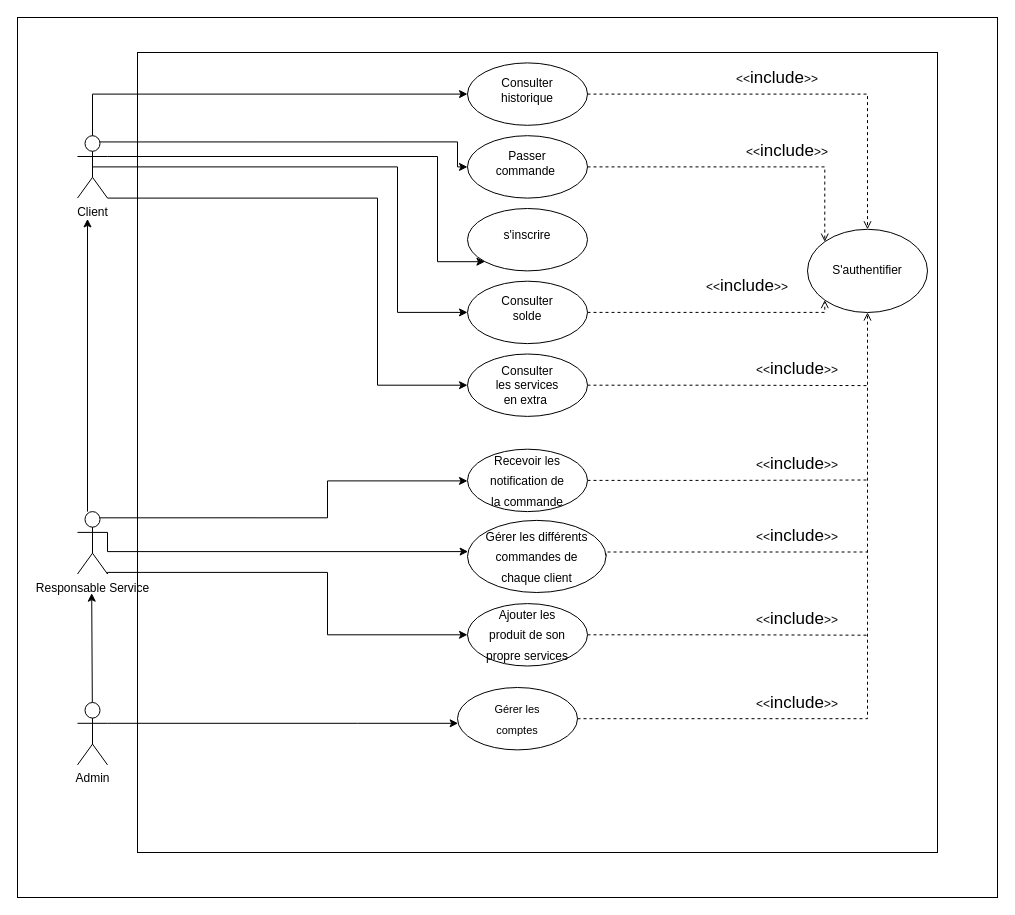
Above: Diagramme sans nom.drawio in labidimahdi/diagrams (draw.io), before the change. Source tidied: cells renumbered, new cells numbered last; positions are measured from the earlier drawing's top-left corner, leaving out a move shared by most shapes. Both pictures are drawn from the tidied source at 100%, with x=0, y=0 at pixel (17, 17).
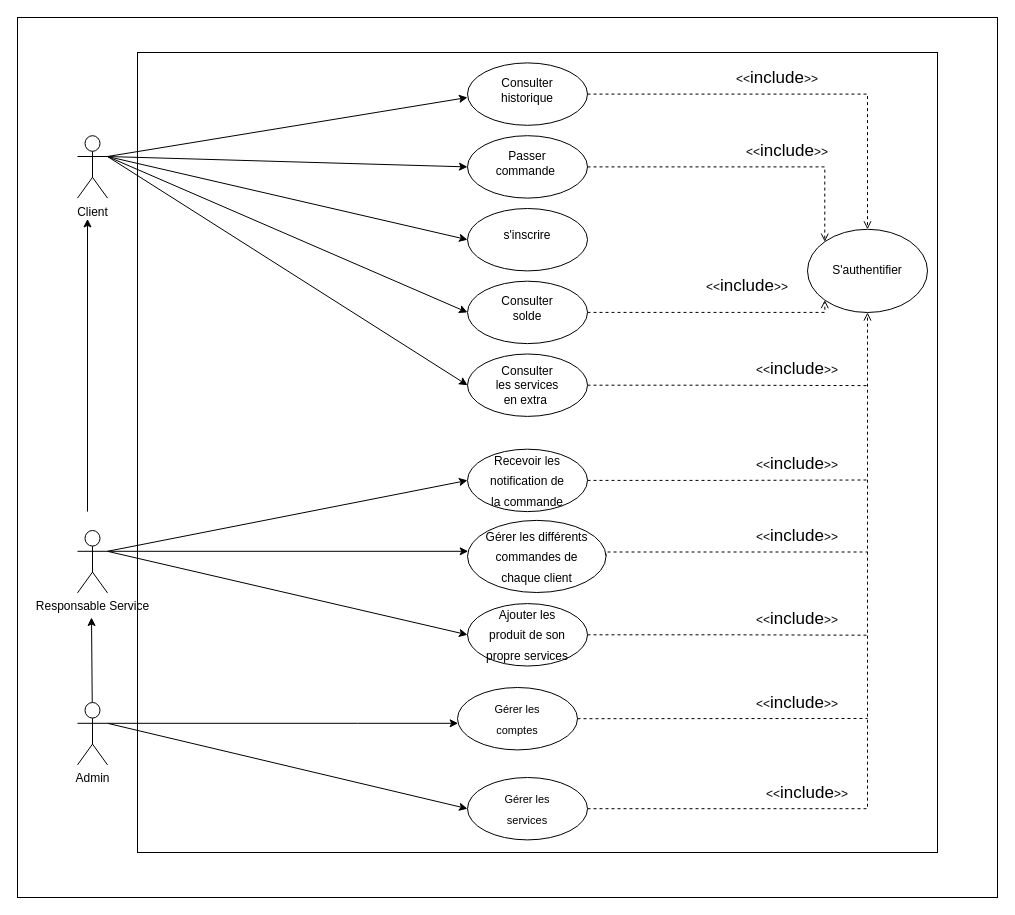
Above is the later version.

Commit message:
Mettre à jour Diagramme sans nom.drawio

The change refers to these unchanged cells:
```xml
<mxCell id="5" value="Client" style="shape=umlActor;verticalLabelPosition=bottom;verticalAlign=top;html=1;outlineConnect=0;labelBorderColor=none;" parent="1" vertex="1">
  <mxGeometry x="60" y="118.2" width="30" height="62.4" as="geometry" />
</mxCell>
<mxCell id="8" style="ellipse;whiteSpace=wrap;html=1;" parent="7" vertex="1">
  <mxGeometry width="120" height="83.2" as="geometry" />
</mxCell>
<mxCell id="12" style="ellipse;whiteSpace=wrap;html=1;" parent="11" vertex="1">
  <mxGeometry width="120" height="62.4" as="geometry" />
</mxCell>
<mxCell id="18" style="ellipse;whiteSpace=wrap;html=1;" parent="17" vertex="1">
  <mxGeometry width="120" height="62.4" as="geometry" />
</mxCell>
<mxCell id="24" style="ellipse;whiteSpace=wrap;html=1;" parent="23" vertex="1">
  <mxGeometry width="120" height="62.4" as="geometry" />
</mxCell>
<mxCell id="30" style="ellipse;whiteSpace=wrap;html=1;" parent="29" vertex="1">
  <mxGeometry width="120" height="62.4" as="geometry" />
</mxCell>
<mxCell id="36" style="ellipse;whiteSpace=wrap;html=1;" parent="34" vertex="1">
  <mxGeometry width="120" height="62.4" as="geometry" />
</mxCell>
<mxCell id="55" style="ellipse;whiteSpace=wrap;html=1;" parent="54" vertex="1">
  <mxGeometry width="120" height="62.4" as="geometry" />
</mxCell>
<mxCell id="63" style="ellipse;whiteSpace=wrap;html=1;" parent="62" vertex="1">
  <mxGeometry width="120" height="62.4" as="geometry" />
</mxCell>
<mxCell id="69" style="group;" parent="1" vertex="1">
  <mxGeometry x="440" y="670" width="120" height="62.4" as="geometry" />
</mxCell>
<mxCell id="70" style="ellipse;whiteSpace=wrap;html=1;" parent="69" vertex="1">
  <mxGeometry width="120" height="62.4" as="geometry" />
</mxCell>
<mxCell id="71" style="group;" parent="69" vertex="1">
  <mxGeometry width="120" height="62.4" as="geometry" />
</mxCell>
<mxCell id="73" value="Admin" style="shape=umlActor;verticalLabelPosition=bottom;verticalAlign=top;html=1;outlineConnect=0;fontSize=12;" parent="1" vertex="1">
  <mxGeometry x="60" y="685" width="30" height="62.4" as="geometry" />
</mxCell>
```

Change to the diagram source:
```diff
@@
-    <mxCell id="4" style="edgeStyle=orthogonalEdgeStyle;rounded=0;jettySize=auto;html=1;exitX=0.5;exitY=0.5;exitDx=0;exitDy=0;exitPerimeter=0;fontSize=12;" parent="1" edge="1" source="5">
-      <mxGeometry relative="1" as="geometry">
-        <mxPoint x="450" y="294.9" as="targetPoint" />
-        <Array as="points">
-          <mxPoint x="380" y="149.4" />
-          <mxPoint x="380" y="294.9" />
-        </Array>
-      </mxGeometry>
-    </mxCell>
+    <mxCell id="74" style="edgeStyle=none;rounded=0;jettySize=auto;html=1;exitX=1;exitY=0.3333333333333333;exitDx=0;exitDy=0;exitPerimeter=0;" parent="1" edge="1" source="5">
+      <mxGeometry relative="1" as="geometry">
+        <mxPoint x="450" y="80" as="targetPoint" />
+      </mxGeometry>
+    </mxCell>
+    <mxCell id="20" style="edgeStyle=none;rounded=0;jettySize=auto;html=1;exitX=1;exitY=0.3333333333333333;exitDx=0;exitDy=0;exitPerimeter=0;entryX=0;entryY=0.5;entryDx=0;entryDy=0;" parent="1" edge="1" source="5" target="18">
+      <mxGeometry relative="1" as="geometry" />
+    </mxCell>
+    <mxCell id="26" style="edgeStyle=none;rounded=0;jettySize=auto;html=1;exitX=1;exitY=0.3333333333333333;exitDx=0;exitDy=0;exitPerimeter=0;entryX=0;entryY=0.5;entryDx=0;entryDy=0;" parent="1" edge="1" source="5" target="24">
+      <mxGeometry relative="1" as="geometry" />
+    </mxCell>
+    <mxCell id="75" style="edgeStyle=none;rounded=0;jettySize=auto;html=1;exitX=1;exitY=0.3333333333333333;exitDx=0;exitDy=0;exitPerimeter=0;entryX=0;entryY=0.5;entryDx=0;entryDy=0;" parent="1" edge="1" source="5" target="30">
+      <mxGeometry relative="1" as="geometry" />
+    </mxCell>
+    <mxCell id="42" style="edgeStyle=none;rounded=0;jettySize=auto;html=1;exitX=1;exitY=0.3333333333333333;exitDx=0;exitDy=0;exitPerimeter=0;entryX=0;entryY=0.5;entryDx=0;entryDy=0;" parent="1" edge="1" source="5" target="36">
+      <mxGeometry relative="1" as="geometry" />
+    </mxCell>
@@
+    <mxCell id="57" style="edgeStyle=none;rounded=0;jettySize=auto;html=1;exitX=1;exitY=0.3333333333333333;exitDx=0;exitDy=0;exitPerimeter=0;entryX=0;entryY=0.5;entryDx=0;entryDy=0;" parent="1" edge="1" source="6" target="55">
+      <mxGeometry relative="1" as="geometry" />
+    </mxCell>
+    <mxCell id="65" style="edgeStyle=none;rounded=0;jettySize=auto;html=1;exitX=1;exitY=0.3333333333333333;exitDx=0;exitDy=0;exitPerimeter=0;entryX=0;entryY=0.5;entryDx=0;entryDy=0;" parent="1" edge="1" source="6" target="63">
+      <mxGeometry relative="1" as="geometry" />
+    </mxCell>
     <mxCell id="6" value="Responsable Service" style="shape=umlActor;verticalLabelPosition=bottom;verticalAlign=top;html=1;outlineConnect=0;" parent="1" vertex="1">
-      <mxGeometry x="60" y="494.1" width="30" height="62.4" as="geometry" />
+      <mxGeometry x="60" y="513" width="30" height="62.4" as="geometry" />
     </mxCell>
@@
-    <mxCell id="14" style="edgeStyle=orthogonalEdgeStyle;rounded=0;jettySize=auto;html=1;exitX=0.5;exitY=0;exitDx=0;exitDy=0;exitPerimeter=0;fontSize=12;" parent="1" edge="1" source="5" target="12">
-      <mxGeometry relative="1" as="geometry">
-        <Array as="points">
-          <mxPoint x="75" y="76.6" />
-        </Array>
-      </mxGeometry>
-    </mxCell>
@@
-    <mxCell id="20" style="edgeStyle=orthogonalEdgeStyle;rounded=0;jettySize=auto;html=1;exitX=0.75;exitY=0.1;exitDx=0;exitDy=0;exitPerimeter=0;entryX=0;entryY=0.5;entryDx=0;entryDy=0;fontSize=12;" parent="1" edge="1" source="5" target="18">
-      <mxGeometry relative="1" as="geometry">
-        <Array as="points">
-          <mxPoint x="440" y="124.4" />
-          <mxPoint x="440" y="149.4" />
-        </Array>
-      </mxGeometry>
-    </mxCell>
@@
-    <mxCell id="26" style="edgeStyle=orthogonalEdgeStyle;rounded=0;jettySize=auto;html=1;exitX=1;exitY=0.3333333333333333;exitDx=0;exitDy=0;exitPerimeter=0;entryX=0;entryY=1;entryDx=0;entryDy=0;fontSize=12;" parent="1" edge="1" source="5" target="24">
-      <mxGeometry relative="1" as="geometry">
-        <Array as="points">
-          <mxPoint x="420" y="139" />
-          <mxPoint x="420" y="244" />
-        </Array>
-      </mxGeometry>
-    </mxCell>
@@
-    <mxCell id="41" style="edgeStyle=orthogonalEdgeStyle;rounded=0;jettySize=auto;html=1;exitX=1;exitY=0.5;exitDx=0;exitDy=0;entryX=0.5;entryY=1;entryDx=0;entryDy=0;fontSize=12;dashed=1;endArrow=open;endFill=0;" parent="1" edge="1" source="70" target="8">
+    <mxCell id="41" style="edgeStyle=orthogonalEdgeStyle;rounded=0;jettySize=auto;html=1;exitX=1;exitY=0.5;exitDx=0;exitDy=0;entryX=0.5;entryY=1;entryDx=0;entryDy=0;fontSize=12;dashed=1;endArrow=open;endFill=0;" parent="1" edge="1" source="78" target="8">
       <mxGeometry relative="1" as="geometry" />
     </mxCell>
-    <mxCell id="42" style="edgeStyle=orthogonalEdgeStyle;rounded=0;jettySize=auto;html=1;exitX=1;exitY=1;exitDx=0;exitDy=0;exitPerimeter=0;entryX=0;entryY=0.5;entryDx=0;entryDy=0;fontSize=12;" parent="1" edge="1" source="5" target="36">
-      <mxGeometry relative="1" as="geometry">
-        <Array as="points">
-          <mxPoint x="360" y="180.6" />
-          <mxPoint x="360" y="367.7" />
-        </Array>
-      </mxGeometry>
-    </mxCell>
@@
-    <mxCell id="57" style="edgeStyle=orthogonalEdgeStyle;rounded=0;jettySize=auto;html=1;exitX=0.75;exitY=0.1;exitDx=0;exitDy=0;exitPerimeter=0;fontSize=12;" parent="1" edge="1" source="6" target="55">
-      <mxGeometry relative="1" as="geometry">
-        <Array as="points">
-          <mxPoint x="310" y="500.8" />
-          <mxPoint x="310" y="463.4" />
-        </Array>
-      </mxGeometry>
-    </mxCell>
@@
-    <mxCell id="65" style="edgeStyle=orthogonalEdgeStyle;rounded=0;jettySize=auto;html=1;exitX=1;exitY=1;exitDx=0;exitDy=0;exitPerimeter=0;entryX=0;entryY=0.5;entryDx=0;entryDy=0;fontSize=12;" parent="1" edge="1" source="6" target="63">
-      <mxGeometry relative="1" as="geometry">
-        <Array as="points">
-          <mxPoint x="310" y="554.9" />
-          <mxPoint x="310" y="617.3" />
-        </Array>
-      </mxGeometry>
-    </mxCell>
     <mxCell id="66" style="endArrow=classic;html=1;rounded=0;fontSize=10;endFill=1;startArrow=none;" parent="1" edge="1" source="73">
       <mxGeometry relative="1" as="geometry">
-        <mxPoint x="74.2" y="575.7" as="targetPoint" />
+        <mxPoint x="74" y="600" as="targetPoint" />
       </mxGeometry>
     </mxCell>
@@
+    <mxCell id="76" style="edgeStyle=none;rounded=0;jettySize=auto;html=1;exitX=1;exitY=0.5;exitDx=0;exitDy=0;dashed=1;endArrow=none;endFill=0;" parent="69" edge="1" source="71">
+      <mxGeometry relative="1" as="geometry">
+        <mxPoint x="410" y="31" as="targetPoint" />
+      </mxGeometry>
+    </mxCell>
@@
+    <mxCell id="77" style="rounded=0;jettySize=auto;html=1;exitX=1;exitY=0.3333333333333333;exitDx=0;exitDy=0;exitPerimeter=0;entryX=0;entryY=0.5;entryDx=0;entryDy=0;" parent="1" edge="1" source="73" target="78">
+      <mxGeometry relative="1" as="geometry" />
+    </mxCell>
@@
+    <mxCell id="78" style="ellipse;whiteSpace=wrap;html=1;" parent="1" vertex="1">
+      <mxGeometry x="450" y="760" width="120" height="62.4" as="geometry" />
+    </mxCell>
+    <mxCell id="79" value="&lt;font style=&quot;font-size: 11px;&quot;&gt;Gérer les services&lt;/font&gt;" style="text;html=1;strokeColor=none;fillColor=none;align=center;verticalAlign=middle;whiteSpace=wrap;rounded=0;fontSize=17;" parent="1" vertex="1">
+      <mxGeometry x="480" y="775.6" width="60" height="31.2" as="geometry" />
+    </mxCell>
+    <mxCell id="80" value="&amp;lt;&amp;lt;&lt;font style=&quot;font-size: 17px;&quot;&gt;include&lt;/font&gt;&amp;gt;&amp;gt;" style="text;html=1;strokeColor=none;fillColor=none;align=center;verticalAlign=middle;whiteSpace=wrap;rounded=0;fontSize=12;" parent="1" vertex="1">
+      <mxGeometry x="760" y="760" width="60" height="31.2" as="geometry" />
+    </mxCell>
```
